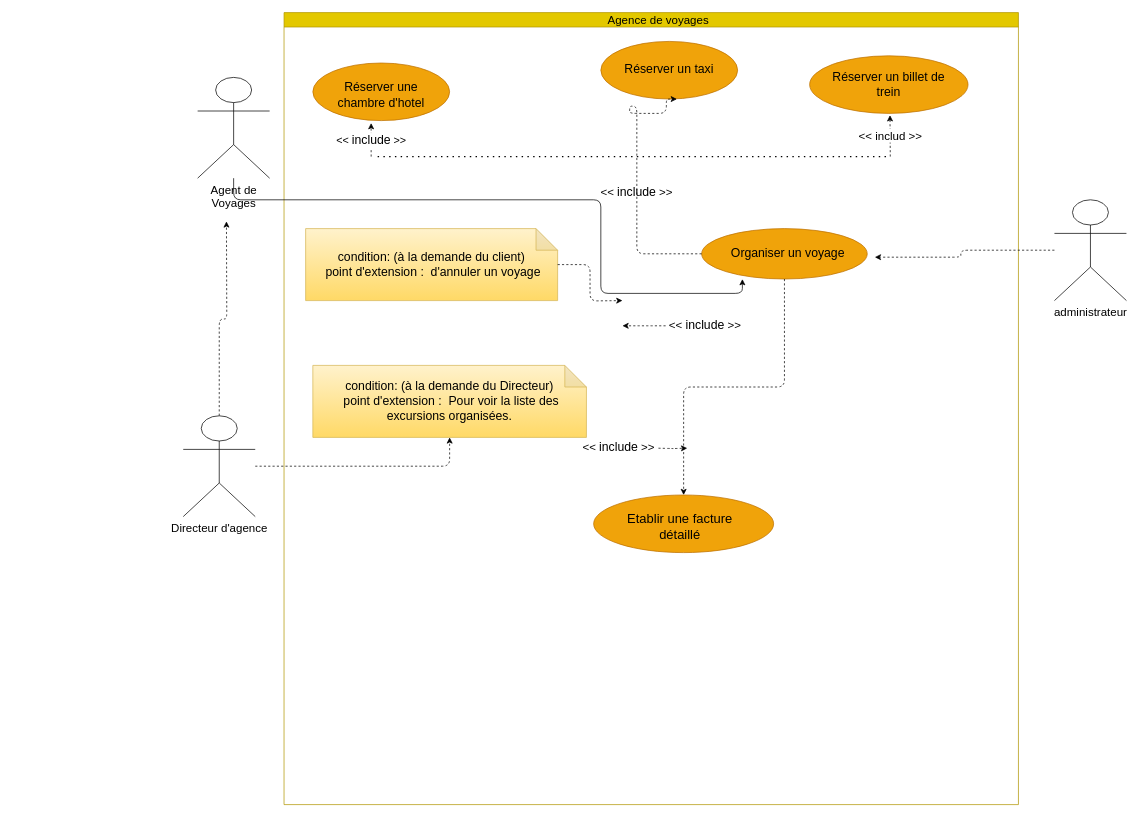
Earlier version of the draw.io diagram Untitled Diagram.drawio (zakaria-batty/Syst-me-de-r-servation-agence-de-voyage-). Source tidied: cells renumbered, new cells numbered last; positions are measured from the earlier drawing's top-left corner, leaving out a move shared by most shapes. Both pictures are drawn from the tidied source at 72%, with x=0, y=0 at pixel (183, 12).
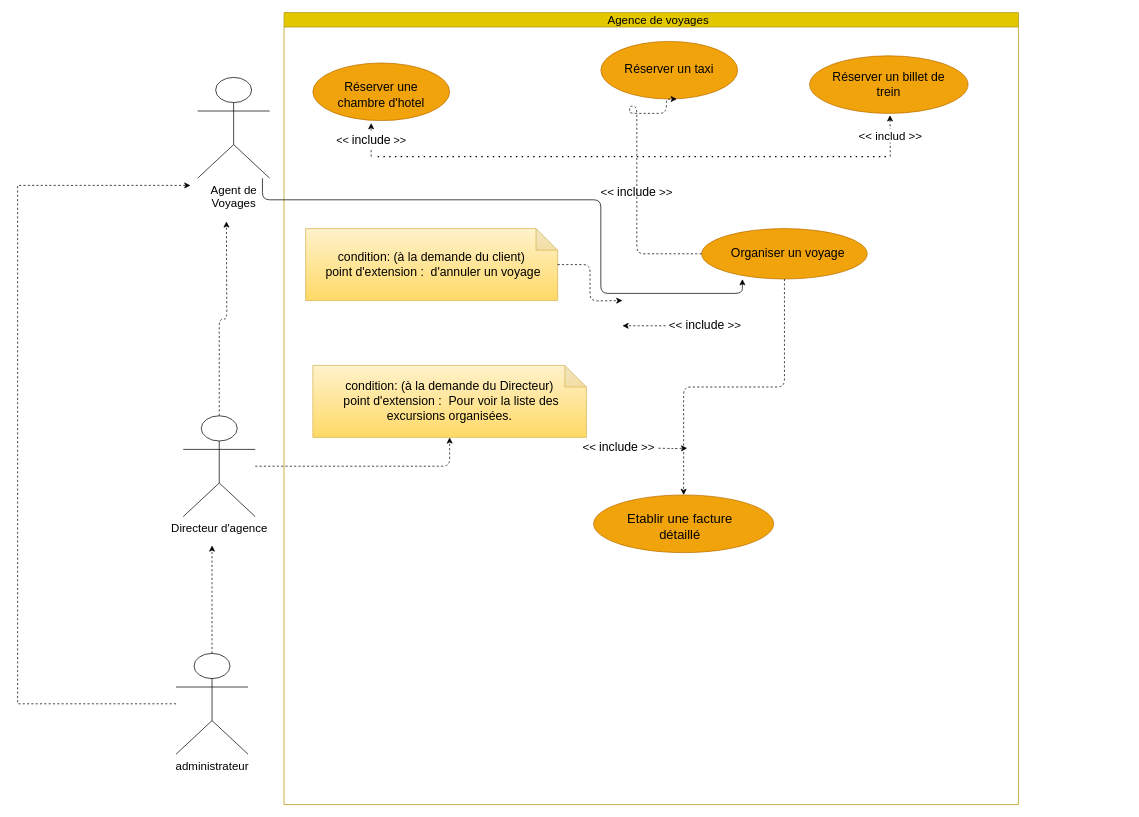
After the change.

Unchanged cells that the change refers to:
```xml
<mxCell id="15" style="ellipse;whiteSpace=wrap;html=1;glass=0;fontSize=16;fillColor=#f0a30a;strokeColor=#BD7000;fontColor=#ffffff;" parent="2" vertex="1">
  <mxGeometry x="580" y="300" width="230" height="70" as="geometry" />
</mxCell>
<mxCell id="26" value="Agent de &lt;br&gt;Voyages" style="shape=umlActor;verticalLabelPosition=bottom;verticalAlign=top;html=1;outlineConnect=0;glass=0;gradientColor=none;fontSize=16;" parent="1" vertex="1">
  <mxGeometry x="20" y="90" width="100" height="140" as="geometry" />
</mxCell>
```

Diff of the diagram source:
```diff
@@
     <mxCell id="25" style="edgeStyle=orthogonalEdgeStyle;rounded=1;jettySize=auto;html=1;entryX=0.246;entryY=1.002;entryDx=0;entryDy=0;entryPerimeter=0;shadow=0;fontSize=16;" parent="1" edge="1" source="26" target="15">
       <mxGeometry relative="1" as="geometry">
         <Array as="points">
-          <mxPoint x="70" y="260" />
+          <mxPoint x="110" y="260" />
           <mxPoint x="580" y="260" />
           <mxPoint x="580" y="390" />
           <mxPoint x="777" y="390" />
         </Array>
       </mxGeometry>
     </mxCell>
@@
-    <mxCell id="33" style="edgeStyle=orthogonalEdgeStyle;rounded=1;jettySize=auto;html=1;shadow=0;dashed=1;fontSize=16;entryX=1.046;entryY=0.567;entryDx=0;entryDy=0;entryPerimeter=0;" parent="1" edge="1" source="34" target="15">
-      <mxGeometry relative="1" as="geometry" />
+    <mxCell id="33" style="edgeStyle=orthogonalEdgeStyle;rounded=1;jettySize=auto;html=1;shadow=0;dashed=1;fontSize=16;" parent="1" edge="1" source="34">
+      <mxGeometry relative="1" as="geometry">
+        <mxPoint x="40" y="740" as="targetPoint" />
+      </mxGeometry>
     </mxCell>
+    <mxCell id="35" style="edgeStyle=orthogonalEdgeStyle;rounded=0;jettySize=auto;html=1;dashed=1;" parent="1" edge="1" source="34">
+      <mxGeometry relative="1" as="geometry">
+        <mxPoint x="10" y="240" as="targetPoint" />
+        <Array as="points">
+          <mxPoint x="-230" y="960" />
+          <mxPoint x="-230" y="240" />
+        </Array>
+      </mxGeometry>
+    </mxCell>
     <mxCell id="34" value="administrateur" style="shape=umlActor;verticalLabelPosition=bottom;verticalAlign=top;html=1;outlineConnect=0;glass=0;gradientColor=none;fontSize=16;" parent="1" vertex="1">
-      <mxGeometry x="1210" y="260" width="100" height="140" as="geometry" />
+      <mxGeometry x="-10" y="890" width="100" height="140" as="geometry" />
     </mxCell>
```
